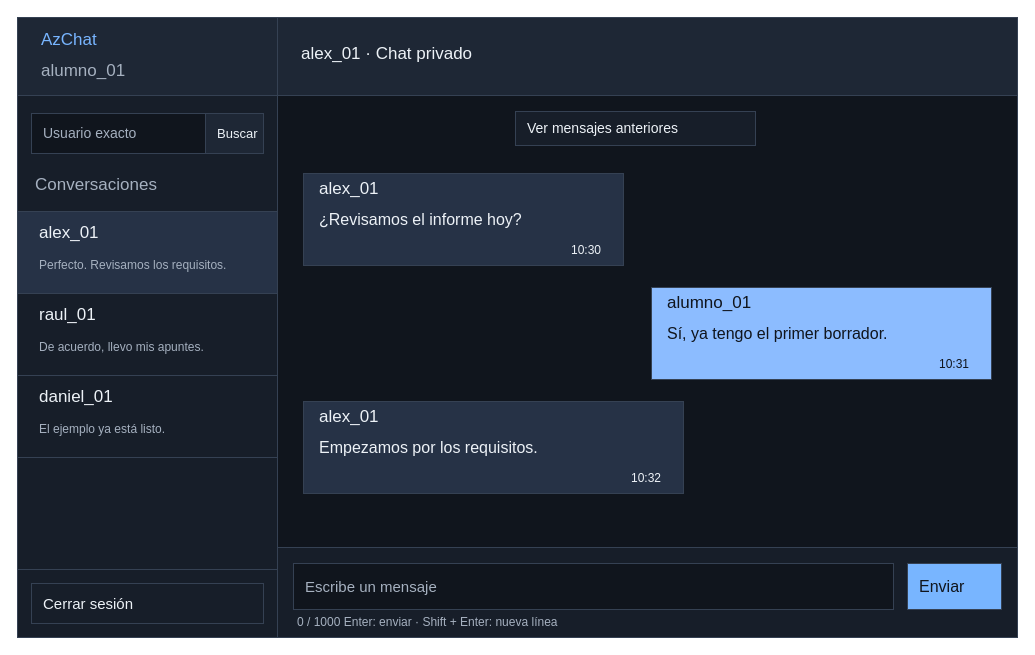
Above: page "3. Contenido: conversaciones de ejemplo" (3 of 5) of Documentacion/Planificacion/P10_Diseno_de_interfaz/Bocetos_interfaz_AzChat.drawio in antonioapazaq1701-cmyk/AzChat (draw.io), before the change. Source tidied: cells renumbered, new cells numbered last; positions are measured from the earlier drawing's top-left corner, leaving out a move shared by most shapes. Both pictures are drawn from the tidied source at 100%, with x=0, y=0 at pixel (17, 17).
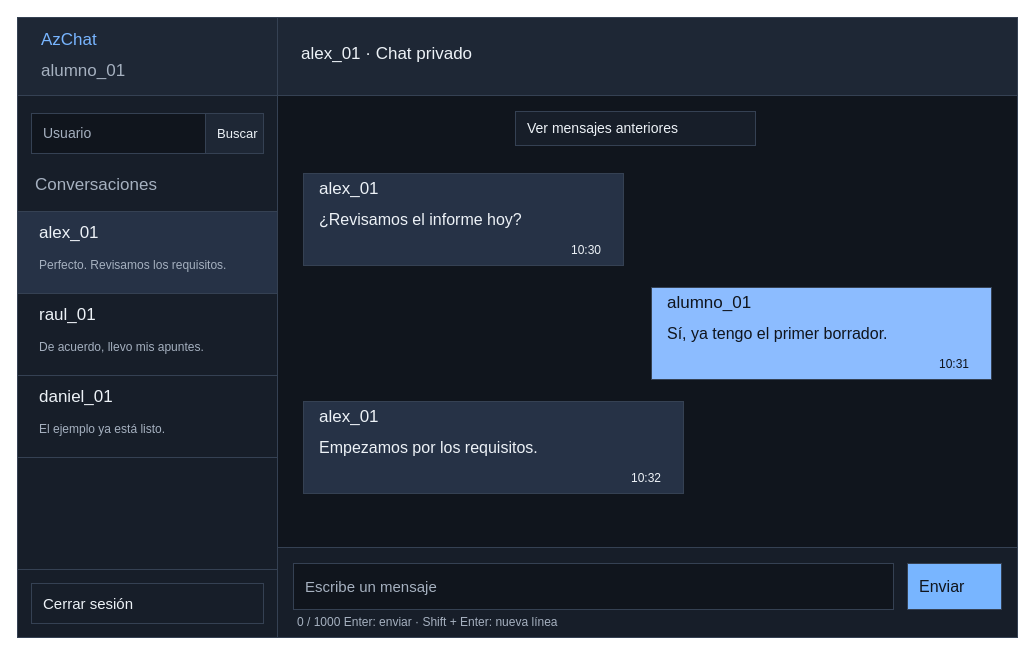
The same diagram, later.

What changed in the source:
```diff
@@
-    <mxCell id="11" value="Usuario exacto" style="rounded=0;html=0;whiteSpace=wrap;fillColor=none;strokeColor=none;fontColor=#a6b1c0;fontSize=14;fontFamily=Arial;align=left;verticalAlign=middle;spacingLeft=10;" parent="1" vertex="1">
+    <mxCell id="11" value="Usuario" style="rounded=0;html=0;whiteSpace=wrap;fillColor=none;strokeColor=none;fontColor=#a6b1c0;fontSize=14;fontFamily=Arial;align=left;verticalAlign=middle;spacingLeft=10;" parent="1" vertex="1">
       <mxGeometry x="14" y="96" width="174" height="40" as="geometry" />
     </mxCell>
```
